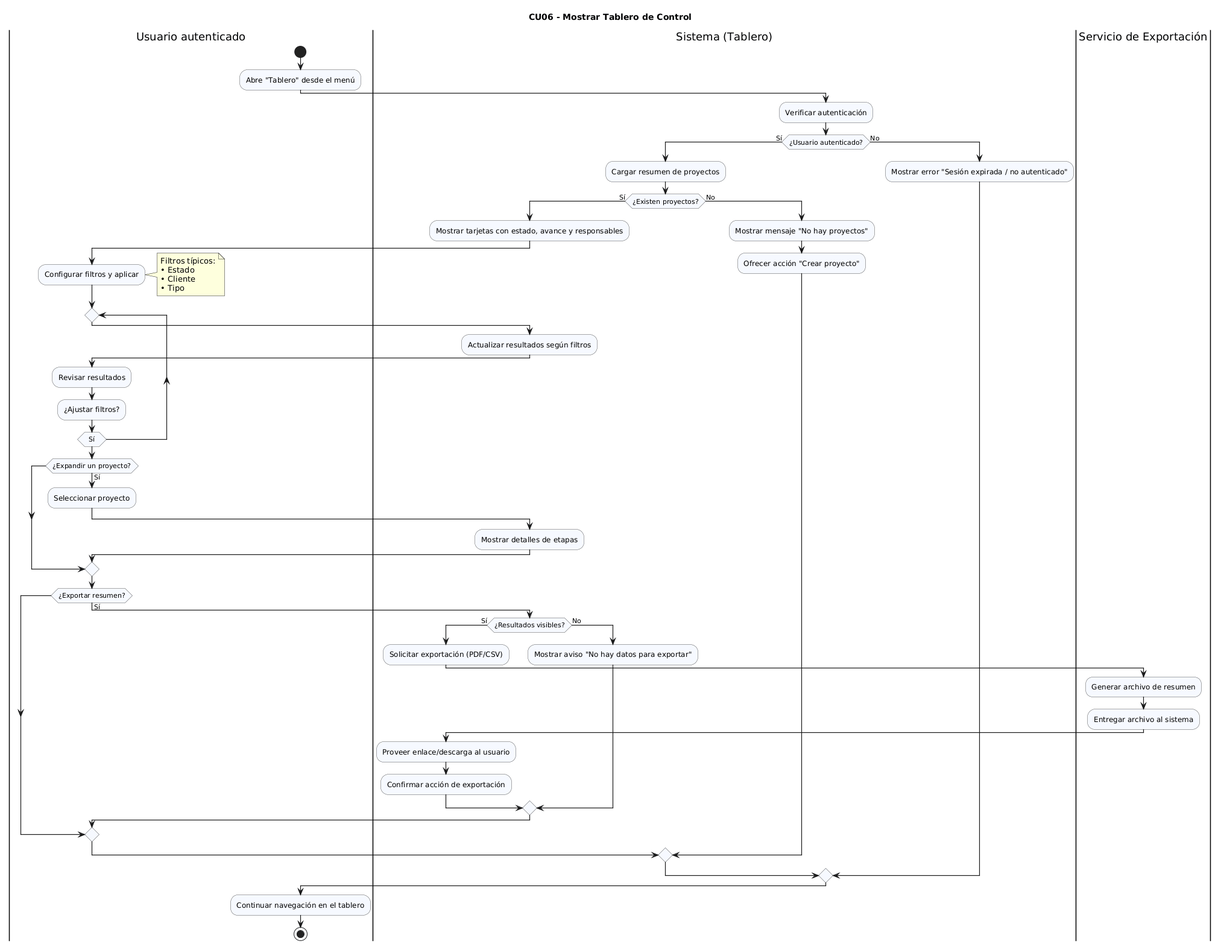
Above: diagramas/04-diagramas-actividades/04-actividad-mostrar-tablero-control-06.png in dantebiondi666-prog/SistemaProductoraVideos (PlantUML), before the change. The source it was exported from:
```plantuml
@startuml
title CU06 - Mostrar Tablero de Control

skinparam activity {
  ArrowThickness 1.2
  BorderColor #555
  BackgroundColor #f6f9ff
}
skinparam Shadowing false

|Usuario autenticado|
start
:Abre "Tablero" desde el menú;

|Sistema (Tablero)|
:Verificar autenticación;
if (¿Usuario autenticado?) then (Sí)
  :Cargar resumen de proyectos;

  if (¿Existen proyectos?) then (Sí)
    :Mostrar tarjetas con estado, avance y responsables;

    |Usuario autenticado|
    :Configurar filtros y aplicar;
    note right
      Filtros típicos:
      • Estado
      • Cliente
      • Tipo
    end note

    repeat
      |Sistema (Tablero)|
      :Actualizar resultados según filtros;

      |Usuario autenticado|
      :Revisar resultados;
      :¿Ajustar filtros?;
    repeat while (Sí)

    if (¿Expandir un proyecto?) then (Sí)
      :Seleccionar proyecto;
      |Sistema (Tablero)|
      :Mostrar detalles de etapas;
    endif

    |Usuario autenticado|
    if (¿Exportar resumen?) then (Sí)
      |Sistema (Tablero)|
      if (¿Resultados visibles?) then (Sí)
        :Solicitar exportación (PDF/CSV);

        |Servicio de Exportación|
        :Generar archivo de resumen;
        :Entregar archivo al sistema;

        |Sistema (Tablero)|
        :Proveer enlace/descarga al usuario;
        :Confirmar acción de exportación;
      else (No)
        :Mostrar aviso "No hay datos para exportar";
      endif
    endif

  else (No)
    :Mostrar mensaje "No hay proyectos";
    :Ofrecer acción "Crear proyecto";
  endif

else (No)
  :Mostrar error "Sesión expirada / no autenticado";
endif

|Usuario autenticado|
:Continuar navegación en el tablero;
stop
@enduml
```
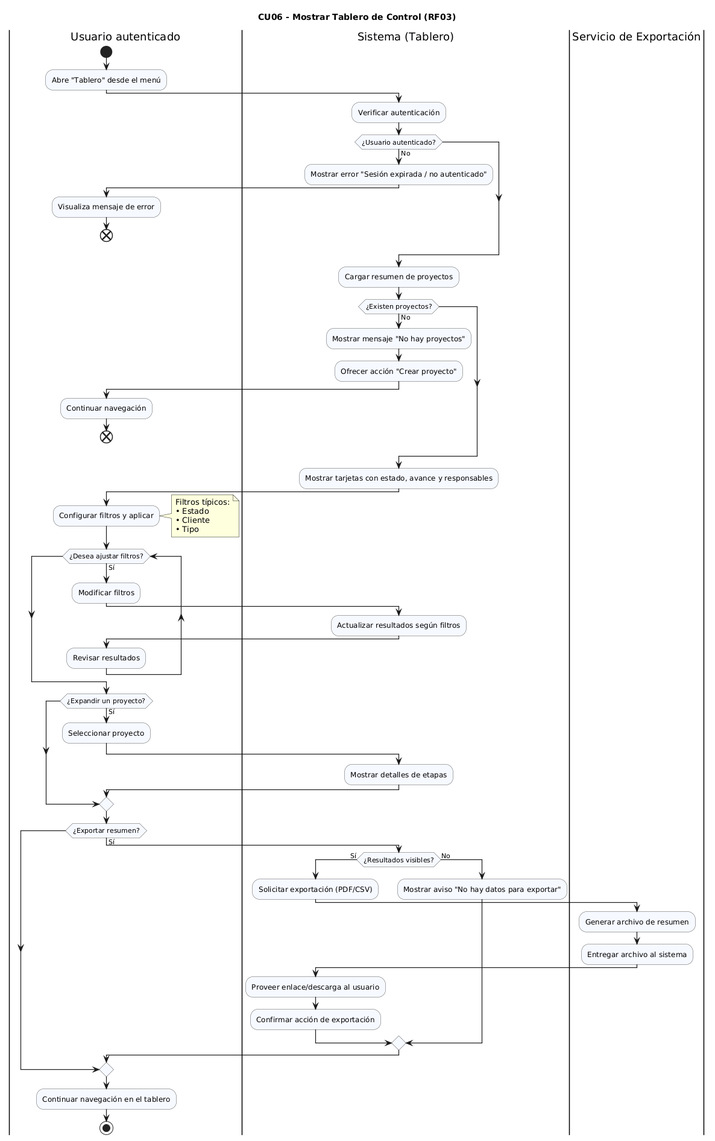
The same file after the commit.

Change to the diagram source:
```diff
@@ -1,5 +1,5 @@
 @startuml
-title CU06 - Mostrar Tablero de Control
+title CU06 - Mostrar Tablero de Control (RF03)
 
 skinparam activity {
   ArrowThickness 1.2
@@ -14,61 +14,67 @@
 
 |Sistema (Tablero)|
 :Verificar autenticación;
-if (¿Usuario autenticado?) then (Sí)
-  :Cargar resumen de proyectos;
+if (¿Usuario autenticado?) then (No)
+  :Mostrar error "Sesión expirada / no autenticado";
+  |Usuario autenticado|
+  :Visualiza mensaje de error;
+  end
+endif
 
-  if (¿Existen proyectos?) then (Sí)
-    :Mostrar tarjetas con estado, avance y responsables;
+|Sistema (Tablero)|
+:Cargar resumen de proyectos;
 
-    |Usuario autenticado|
-    :Configurar filtros y aplicar;
-    note right
-      Filtros típicos:
-      • Estado
-      • Cliente
-      • Tipo
-    end note
+if (¿Existen proyectos?) then (No)
+  :Mostrar mensaje "No hay proyectos";
+  :Ofrecer acción "Crear proyecto";
+  |Usuario autenticado|
+  :Continuar navegación;
+  end
+endif
 
-    repeat
-      |Sistema (Tablero)|
-      :Actualizar resultados según filtros;
+|Sistema (Tablero)|
+:Mostrar tarjetas con estado, avance y responsables;
 
-      |Usuario autenticado|
-      :Revisar resultados;
-      :¿Ajustar filtros?;
-    repeat while (Sí)
+|Usuario autenticado|
+:Configurar filtros y aplicar;
+note right
+  Filtros típicos:
+  • Estado
+  • Cliente
+  • Tipo
+end note
 
-    if (¿Expandir un proyecto?) then (Sí)
-      :Seleccionar proyecto;
-      |Sistema (Tablero)|
-      :Mostrar detalles de etapas;
-    endif
+while (¿Desea ajustar filtros?) is (Sí)
+  :Modificar filtros;
+  |Sistema (Tablero)|
+  :Actualizar resultados según filtros;
+  |Usuario autenticado|
+  :Revisar resultados;
+endwhile
 
-    |Usuario autenticado|
-    if (¿Exportar resumen?) then (Sí)
-      |Sistema (Tablero)|
-      if (¿Resultados visibles?) then (Sí)
-        :Solicitar exportación (PDF/CSV);
+if (¿Expandir un proyecto?) then (Sí)
+  |Usuario autenticado|
+  :Seleccionar proyecto;
+  |Sistema (Tablero)|
+  :Mostrar detalles de etapas;
+endif
 
-        |Servicio de Exportación|
-        :Generar archivo de resumen;
-        :Entregar archivo al sistema;
+|Usuario autenticado|
+if (¿Exportar resumen?) then (Sí)
+  |Sistema (Tablero)|
+  if (¿Resultados visibles?) then (Sí)
+    :Solicitar exportación (PDF/CSV);
 
-        |Sistema (Tablero)|
-        :Proveer enlace/descarga al usuario;
-        :Confirmar acción de exportación;
-      else (No)
-        :Mostrar aviso "No hay datos para exportar";
-      endif
-    endif
+    |Servicio de Exportación|
+    :Generar archivo de resumen;
+    :Entregar archivo al sistema;
 
+    |Sistema (Tablero)|
+    :Proveer enlace/descarga al usuario;
+    :Confirmar acción de exportación;
   else (No)
-    :Mostrar mensaje "No hay proyectos";
-    :Ofrecer acción "Crear proyecto";
+    :Mostrar aviso "No hay datos para exportar";
   endif
-
-else (No)
-  :Mostrar error "Sesión expirada / no autenticado";
 endif
 
 |Usuario autenticado|
```
